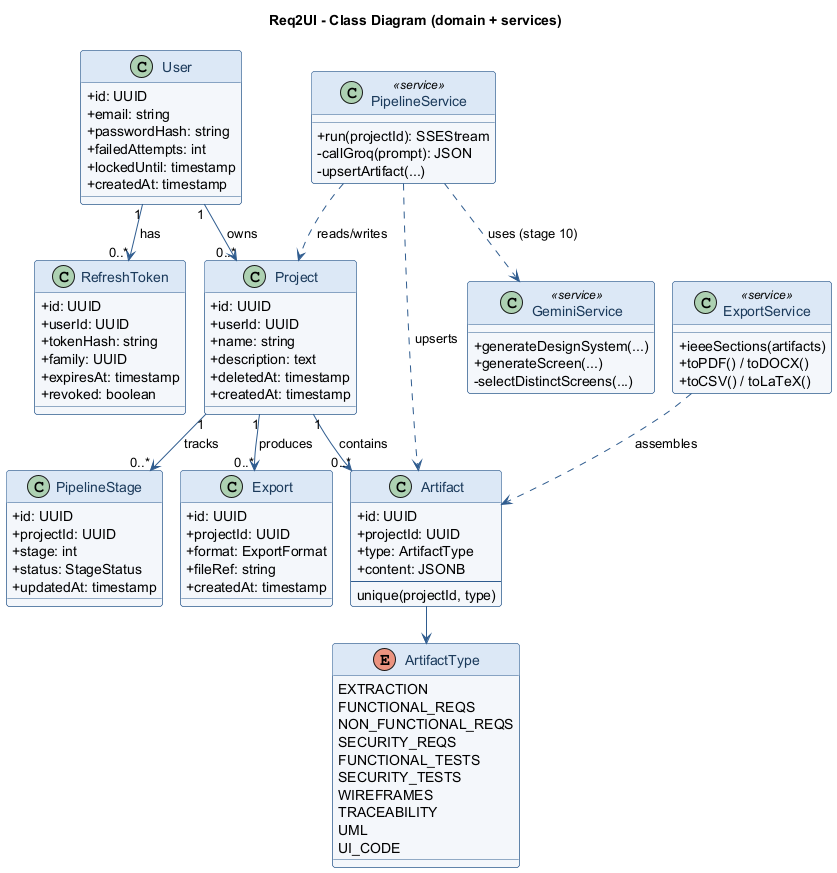
This is thesis/figures/class.png from malaktolba/REQ2UI, a PlantUML export, as it was before one commit.
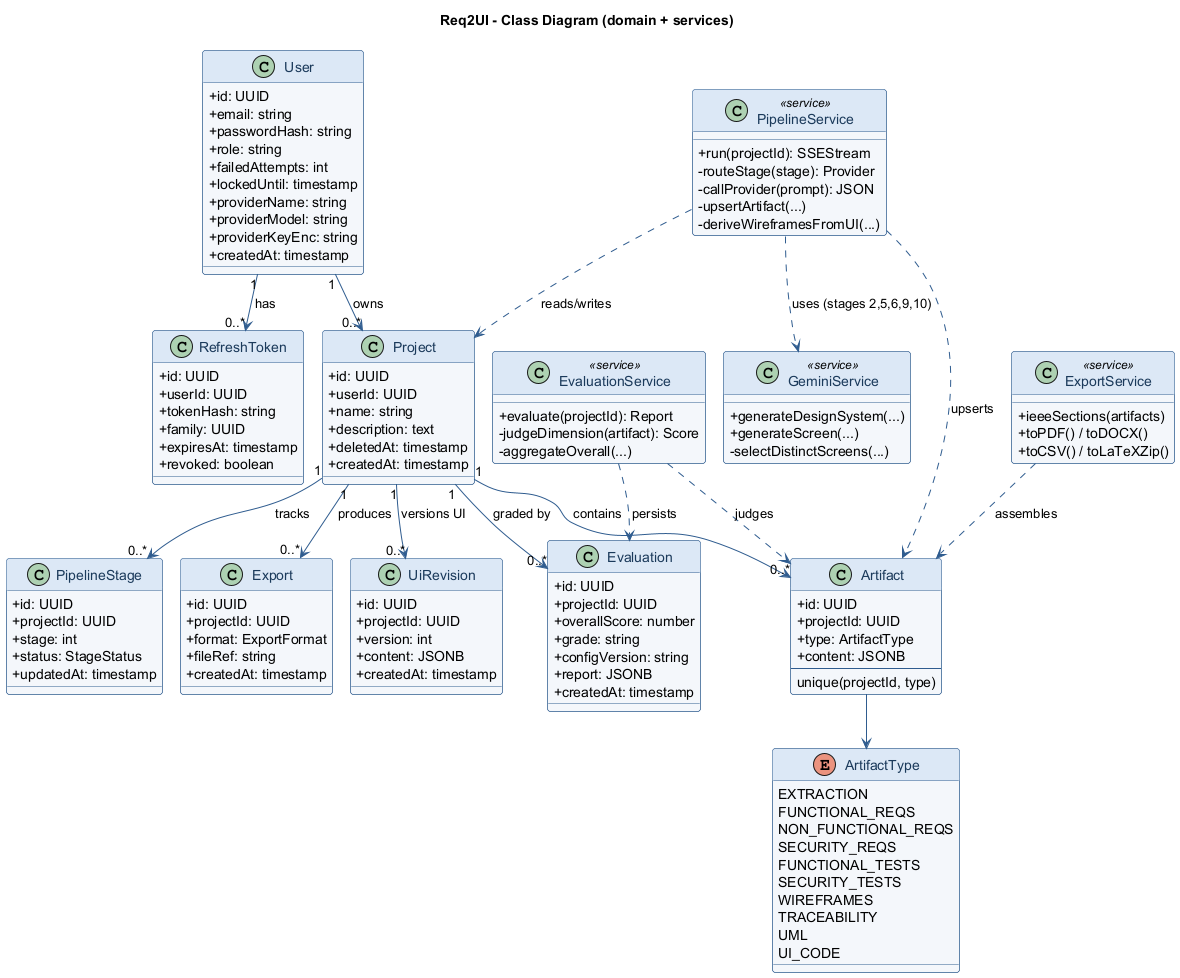
The same file after the commit.

The edit, as a diff of the source:
```diff
@@ -20,8 +20,12 @@
   +id: UUID
   +email: string
   +passwordHash: string
+  +role: string
   +failedAttempts: int
   +lockedUntil: timestamp
+  +providerName: string
+  +providerModel: string
+  +providerKeyEnc: string
   +createdAt: timestamp
 }
 
@@ -68,6 +72,24 @@
   +createdAt: timestamp
 }
 
+class UiRevision {
+  +id: UUID
+  +projectId: UUID
+  +version: int
+  +content: JSONB
+  +createdAt: timestamp
+}
+
+class Evaluation {
+  +id: UUID
+  +projectId: UUID
+  +overallScore: number
+  +grade: string
+  +configVersion: string
+  +report: JSONB
+  +createdAt: timestamp
+}
+
 enum ArtifactType {
   EXTRACTION
   FUNCTIONAL_REQS
@@ -83,8 +105,10 @@
 
 class PipelineService <<service>> {
   +run(projectId): SSEStream
-  -callGroq(prompt): JSON
+  -routeStage(stage): Provider
+  -callProvider(prompt): JSON
   -upsertArtifact(...)
+  -deriveWireframesFromUI(...)
 }
 
 class GeminiService <<service>> {
@@ -93,10 +117,16 @@
   -selectDistinctScreens(...)
 }
 
+class EvaluationService <<service>> {
+  +evaluate(projectId): Report
+  -judgeDimension(artifact): Score
+  -aggregateOverall(...)
+}
+
 class ExportService <<service>> {
   +ieeeSections(artifacts)
   +toPDF() / toDOCX()
-  +toCSV() / toLaTeX()
+  +toCSV() / toLaTeXZip()
 }
 
 User "1" --> "0..*" Project : owns
@@ -104,10 +134,14 @@
 Project "1" --> "0..*" Artifact : contains
 Project "1" --> "0..*" PipelineStage : tracks
 Project "1" --> "0..*" Export : produces
+Project "1" --> "0..*" UiRevision : versions UI
+Project "1" --> "0..*" Evaluation : graded by
 Artifact --> ArtifactType
 
 PipelineService ..> Project : reads/writes
 PipelineService ..> Artifact : upserts
-PipelineService ..> GeminiService : uses (stage 10)
+PipelineService ..> GeminiService : uses (stages 2,5,6,9,10)
+EvaluationService ..> Artifact : judges
+EvaluationService ..> Evaluation : persists
 ExportService ..> Artifact : assembles
 @enduml
```
